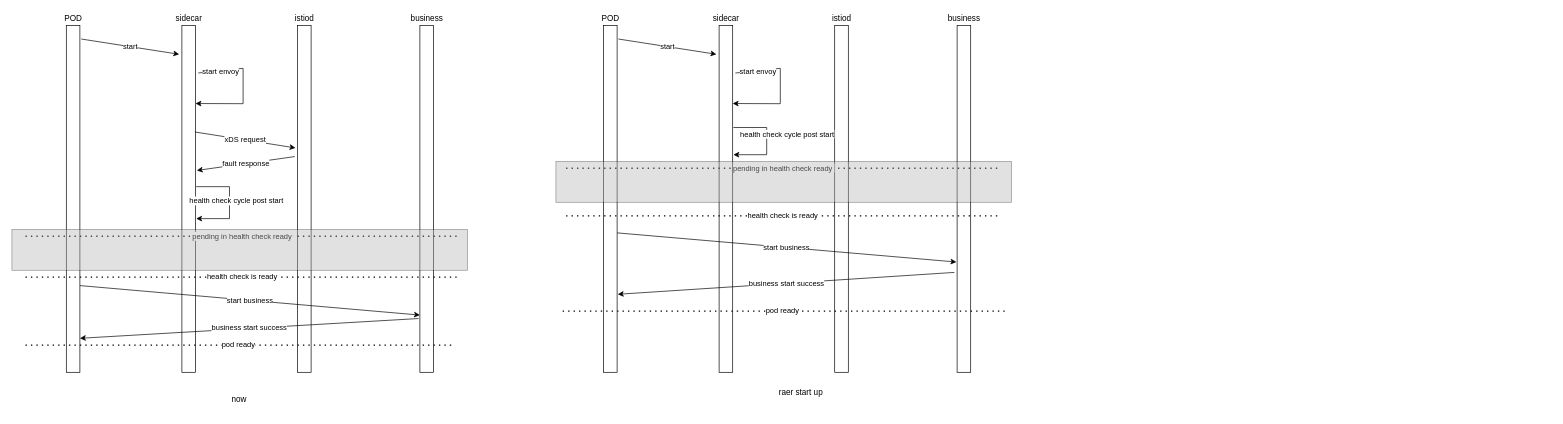
The draw.io diagram mesh/sidecar-startup.drawio in yueyangtian/draw, before the edit. Source tidied: cells renumbered, new cells numbered last; positions are measured from the earlier drawing's top-left corner, leaving out a move shared by most shapes. Both pictures are drawn from the tidied source at 68%, with x=0, y=0 at pixel (12, 12).
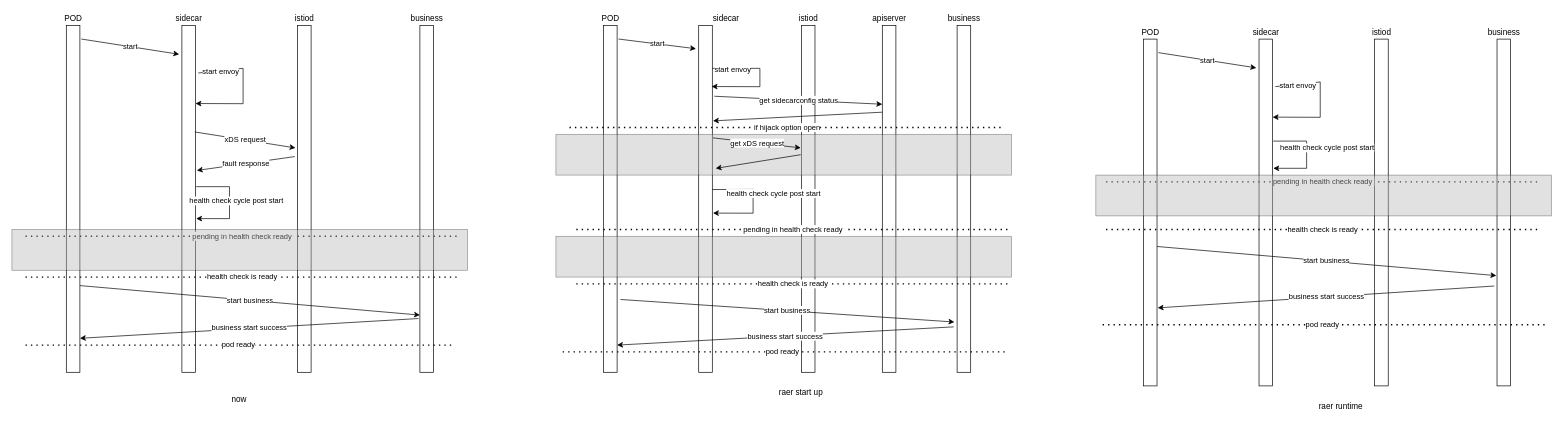
After the change.

Unchanged cells that the change refers to:
```xml
<mxCell id="23" style="rounded=0;whiteSpace=wrap;html=1;" parent="1" vertex="1">
  <mxGeometry x="870" y="20" width="20" height="510" as="geometry" />
</mxCell>
<mxCell id="26" style="rounded=0;whiteSpace=wrap;html=1;" parent="1" vertex="1">
  <mxGeometry x="1390" y="20" width="20" height="510" as="geometry" />
</mxCell>
```

The edit, as a diff of the source:
```diff
@@
+    <mxCell id="44" style="rounded=0;whiteSpace=wrap;html=1;" parent="1" vertex="1">
+      <mxGeometry x="1280" y="20" width="20" height="510" as="geometry" />
+    </mxCell>
@@
     <mxCell id="24" style="rounded=0;whiteSpace=wrap;html=1;" parent="1" vertex="1">
-      <mxGeometry x="1040" y="20" width="20" height="510" as="geometry" />
+      <mxGeometry x="1010" y="20" width="20" height="510" as="geometry" />
     </mxCell>
     <mxCell id="25" style="rounded=0;whiteSpace=wrap;html=1;" parent="1" vertex="1">
-      <mxGeometry x="1210" y="20" width="20" height="510" as="geometry" />
+      <mxGeometry x="1161" y="20" width="20" height="510" as="geometry" />
     </mxCell>
@@
     <mxCell id="29" value="istiod" style="text;html=1;align=center;verticalAlign=middle;strokeColor=none;fillColor=none;" parent="1" vertex="1">
-      <mxGeometry x="1200" width="40" height="20" as="geometry" />
+      <mxGeometry x="1151" width="40" height="20" as="geometry" />
     </mxCell>
@@
-    <mxCell id="31" value="start" style="endArrow=classic;html=1;rounded=0;exitX=1.1;exitY=0.039;exitDx=0;exitDy=0;exitPerimeter=0;entryX=-0.2;entryY=0.083;entryDx=0;entryDy=0;entryPerimeter=0;" parent="1" edge="1" source="23" target="24">
+    <mxCell id="31" value="start" style="endArrow=classic;html=1;rounded=0;exitX=1.1;exitY=0.039;exitDx=0;exitDy=0;exitPerimeter=0;entryX=-0.2;entryY=0.067;entryDx=0;entryDy=0;entryPerimeter=0;" parent="1" edge="1" source="23" target="24">
       <mxGeometry relative="1" as="geometry" />
     </mxCell>
-    <mxCell id="32" style="endArrow=classic;html=1;rounded=0;exitX=1.2;exitY=0.137;exitDx=0;exitDy=0;exitPerimeter=0;entryX=1;entryY=0.225;entryDx=0;entryDy=0;entryPerimeter=0;" parent="1" edge="1" source="24" target="24">
+    <mxCell id="32" style="endArrow=classic;html=1;rounded=0;entryX=0.95;entryY=0.176;entryDx=0;entryDy=0;entryPerimeter=0;" parent="1" edge="1" target="24">
       <mxGeometry relative="1" as="geometry">
+        <mxPoint x="1030" y="83" as="sourcePoint" />
         <Array as="points">
-          <mxPoint x="1130" y="83" />
-          <mxPoint x="1130" y="135" />
+          <mxPoint x="1100" y="83" />
+          <mxPoint x="1100" y="110" />
         </Array>
       </mxGeometry>
     </mxCell>
@@
-    <mxCell id="34" value="health check cycle post start" style="endArrow=classic;html=1;rounded=0;" parent="1" edge="1">
+    <mxCell id="34" value="health check cycle post start" style="endArrow=classic;html=1;rounded=0;exitX=1;exitY=0.473;exitDx=0;exitDy=0;exitPerimeter=0;entryX=1.05;entryY=0.541;entryDx=0;entryDy=0;entryPerimeter=0;" parent="1" edge="1" source="24" target="24">
       <mxGeometry x="-0.14" y="30" relative="1" as="geometry">
-        <mxPoint x="1061" y="170" as="sourcePoint" />
-        <mxPoint x="1061" y="210" as="targetPoint" />
         <Array as="points">
-          <mxPoint x="1110" y="170" />
-          <mxPoint x="1110" y="210" />
+          <mxPoint x="1090" y="261" />
+          <mxPoint x="1090" y="296" />
         </Array>
       </mxGeometry>
     </mxCell>
     <mxCell id="35" value="pending in health check ready&amp;nbsp;" style="endArrow=none;dashed=1;html=1;dashPattern=1 3;strokeWidth=2;rounded=0;" parent="1" edge="1">
       <mxGeometry relative="1" as="geometry">
-        <mxPoint x="815" y="230" as="sourcePoint" />
-        <mxPoint x="1455" y="230" as="targetPoint" />
+        <mxPoint x="830" y="320" as="sourcePoint" />
+        <mxPoint x="1470" y="320" as="targetPoint" />
       </mxGeometry>
     </mxCell>
     <mxCell id="36" value="health check is ready&amp;nbsp;" style="endArrow=none;dashed=1;html=1;dashPattern=1 3;strokeWidth=2;rounded=0;" parent="1" edge="1">
       <mxGeometry relative="1" as="geometry">
-        <mxPoint x="815" y="300" as="sourcePoint" />
-        <mxPoint x="1455" y="300" as="targetPoint" />
+        <mxPoint x="830" y="400" as="sourcePoint" />
+        <mxPoint x="1470" y="400" as="targetPoint" />
       </mxGeometry>
     </mxCell>
-    <mxCell id="37" value="start business" style="endArrow=classic;html=1;rounded=0;entryX=-0.05;entryY=0.682;entryDx=0;entryDy=0;entryPerimeter=0;exitX=1;exitY=0.598;exitDx=0;exitDy=0;exitPerimeter=0;" parent="1" edge="1" source="23" target="26">
+    <mxCell id="37" value="start business" style="endArrow=classic;html=1;rounded=0;entryX=-0.2;entryY=0.855;entryDx=0;entryDy=0;entryPerimeter=0;exitX=1.25;exitY=0.79;exitDx=0;exitDy=0;exitPerimeter=0;" parent="1" edge="1" source="23" target="26">
       <mxGeometry relative="1" as="geometry" />
     </mxCell>
-    <mxCell id="38" value="business start success" style="endArrow=classic;html=1;rounded=0;entryX=1.05;entryY=0.775;entryDx=0;entryDy=0;exitX=-0.2;exitY=0.712;exitDx=0;exitDy=0;exitPerimeter=0;entryPerimeter=0;" parent="1" edge="1" source="26" target="23">
-      <mxGeometry relative="1" as="geometry" />
+    <mxCell id="38" value="business start success" style="endArrow=classic;html=1;rounded=0;exitX=-0.25;exitY=0.869;exitDx=0;exitDy=0;exitPerimeter=0;" parent="1" edge="1" source="26">
+      <mxGeometry relative="1" as="geometry">
+        <mxPoint x="890" y="490" as="targetPoint" />
+      </mxGeometry>
     </mxCell>
     <mxCell id="39" style="endArrow=none;dashed=1;html=1;dashPattern=1 3;strokeWidth=2;rounded=0;" parent="1" edge="1">
       <mxGeometry relative="1" as="geometry">
-        <mxPoint x="810" y="440" as="sourcePoint" />
-        <mxPoint x="1460" y="440" as="targetPoint" />
+        <mxPoint x="810" y="500" as="sourcePoint" />
+        <mxPoint x="1460" y="500" as="targetPoint" />
       </mxGeometry>
     </mxCell>
@@
     <mxCell id="41" style="rounded=0;whiteSpace=wrap;html=1;sketch=0;shadow=0;fillColor=#B3B3B3;gradientColor=none;textOpacity=0;opacity=40;" parent="1" vertex="1">
-      <mxGeometry x="800" y="220" width="670" height="60" as="geometry" />
+      <mxGeometry x="800" y="330" width="670" height="60" as="geometry" />
     </mxCell>
@@
+    <mxCell id="45" style="rounded=0;whiteSpace=wrap;html=1;" parent="1" vertex="1">
+      <mxGeometry x="1664" y="40" width="20" height="510" as="geometry" />
+    </mxCell>
+    <mxCell id="46" style="rounded=0;whiteSpace=wrap;html=1;" parent="1" vertex="1">
+      <mxGeometry x="1834" y="40" width="20" height="510" as="geometry" />
+    </mxCell>
+    <mxCell id="47" style="rounded=0;whiteSpace=wrap;html=1;" parent="1" vertex="1">
+      <mxGeometry x="2004" y="40" width="20" height="510" as="geometry" />
+    </mxCell>
+    <mxCell id="48" style="rounded=0;whiteSpace=wrap;html=1;" parent="1" vertex="1">
+      <mxGeometry x="2184" y="40" width="20" height="510" as="geometry" />
+    </mxCell>
+    <mxCell id="49" value="POD" style="text;html=1;align=center;verticalAlign=middle;strokeColor=none;fillColor=none;" parent="1" vertex="1">
+      <mxGeometry x="1654" y="20" width="40" height="20" as="geometry" />
+    </mxCell>
+    <mxCell id="50" value="sidecar" style="text;html=1;align=center;verticalAlign=middle;strokeColor=none;fillColor=none;" parent="1" vertex="1">
+      <mxGeometry x="1819" y="20" width="50" height="20" as="geometry" />
+    </mxCell>
+    <mxCell id="51" value="istiod" style="text;html=1;align=center;verticalAlign=middle;strokeColor=none;fillColor=none;" parent="1" vertex="1">
+      <mxGeometry x="1994" y="20" width="40" height="20" as="geometry" />
+    </mxCell>
+    <mxCell id="52" value="business" style="text;html=1;align=center;verticalAlign=middle;strokeColor=none;fillColor=none;" parent="1" vertex="1">
+      <mxGeometry x="2164" y="20" width="60" height="20" as="geometry" />
+    </mxCell>
+    <mxCell id="53" value="start" style="endArrow=classic;html=1;rounded=0;exitX=1.1;exitY=0.039;exitDx=0;exitDy=0;exitPerimeter=0;entryX=-0.2;entryY=0.083;entryDx=0;entryDy=0;entryPerimeter=0;" parent="1" edge="1" source="45" target="46">
+      <mxGeometry relative="1" as="geometry" />
+    </mxCell>
+    <mxCell id="54" style="endArrow=classic;html=1;rounded=0;exitX=1.2;exitY=0.137;exitDx=0;exitDy=0;exitPerimeter=0;entryX=1;entryY=0.225;entryDx=0;entryDy=0;entryPerimeter=0;" parent="1" edge="1" source="46" target="46">
+      <mxGeometry relative="1" as="geometry">
+        <Array as="points">
+          <mxPoint x="1924" y="103" />
+          <mxPoint x="1924" y="155" />
+        </Array>
+      </mxGeometry>
+    </mxCell>
+    <mxCell id="55" value="start envoy" style="edgeLabel;html=1;align=center;verticalAlign=middle;" parent="54" vertex="1">
+      <mxGeometry x="-0.65" y="-1" relative="1" as="geometry" />
+    </mxCell>
+    <mxCell id="56" value="health check cycle post start" style="endArrow=classic;html=1;rounded=0;" parent="1" edge="1">
+      <mxGeometry x="-0.14" y="30" relative="1" as="geometry">
+        <mxPoint x="1855" y="190" as="sourcePoint" />
+        <mxPoint x="1855" y="230" as="targetPoint" />
+        <Array as="points">
+          <mxPoint x="1904" y="190" />
+          <mxPoint x="1904" y="230" />
+        </Array>
+      </mxGeometry>
+    </mxCell>
+    <mxCell id="57" value="pending in health check ready&amp;nbsp;" style="endArrow=none;dashed=1;html=1;dashPattern=1 3;strokeWidth=2;rounded=0;" parent="1" edge="1">
+      <mxGeometry relative="1" as="geometry">
+        <mxPoint x="1609" y="250" as="sourcePoint" />
+        <mxPoint x="2249" y="250" as="targetPoint" />
+      </mxGeometry>
+    </mxCell>
+    <mxCell id="58" value="health check is ready&amp;nbsp;" style="endArrow=none;dashed=1;html=1;dashPattern=1 3;strokeWidth=2;rounded=0;" parent="1" edge="1">
+      <mxGeometry relative="1" as="geometry">
+        <mxPoint x="1609" y="320" as="sourcePoint" />
+        <mxPoint x="2249" y="320" as="targetPoint" />
+      </mxGeometry>
+    </mxCell>
+    <mxCell id="59" value="start business" style="endArrow=classic;html=1;rounded=0;entryX=-0.05;entryY=0.682;entryDx=0;entryDy=0;entryPerimeter=0;exitX=1;exitY=0.598;exitDx=0;exitDy=0;exitPerimeter=0;" parent="1" edge="1" source="45" target="48">
+      <mxGeometry relative="1" as="geometry" />
+    </mxCell>
+    <mxCell id="60" value="business start success" style="endArrow=classic;html=1;rounded=0;entryX=1.05;entryY=0.775;entryDx=0;entryDy=0;exitX=-0.2;exitY=0.712;exitDx=0;exitDy=0;exitPerimeter=0;entryPerimeter=0;" parent="1" edge="1" source="48" target="45">
+      <mxGeometry relative="1" as="geometry" />
+    </mxCell>
+    <mxCell id="61" style="endArrow=none;dashed=1;html=1;dashPattern=1 3;strokeWidth=2;rounded=0;" parent="1" edge="1">
+      <mxGeometry relative="1" as="geometry">
+        <mxPoint x="1604" y="460" as="sourcePoint" />
+        <mxPoint x="2254" y="460" as="targetPoint" />
+      </mxGeometry>
+    </mxCell>
+    <mxCell id="62" value="pod ready" style="edgeLabel;html=1;align=center;verticalAlign=middle;" parent="61" vertex="1">
+      <mxGeometry x="-0.01" y="1" relative="1" as="geometry" />
+    </mxCell>
+    <mxCell id="63" style="rounded=0;whiteSpace=wrap;html=1;sketch=0;shadow=0;fillColor=#B3B3B3;gradientColor=none;textOpacity=0;opacity=40;" parent="1" vertex="1">
+      <mxGeometry x="1594" y="240" width="670" height="60" as="geometry" />
+    </mxCell>
+    <mxCell id="64" value="raer runtime" style="text;html=1;align=center;verticalAlign=middle;strokeColor=none;fillColor=none;" parent="1" vertex="1">
+      <mxGeometry x="1914" y="570" width="80" height="20" as="geometry" />
+    </mxCell>
+    <mxCell id="65" value="get sidecarconfig status" style="endArrow=classic;html=1;rounded=0;exitX=1.15;exitY=0.204;exitDx=0;exitDy=0;exitPerimeter=0;entryX=0;entryY=0.227;entryDx=0;entryDy=0;entryPerimeter=0;" parent="1" edge="1" source="24" target="44">
+      <mxGeometry relative="1" as="geometry" />
+    </mxCell>
+    <mxCell id="66" style="endArrow=classic;html=1;rounded=0;entryX=1.05;entryY=0.275;entryDx=0;entryDy=0;entryPerimeter=0;exitX=0;exitY=0.25;exitDx=0;exitDy=0;" parent="1" edge="1" source="44" target="24">
+      <mxGeometry relative="1" as="geometry" />
+    </mxCell>
+    <mxCell id="67" value="apiserver" style="text;html=1;align=center;verticalAlign=middle;strokeColor=none;fillColor=none;" parent="1" vertex="1">
+      <mxGeometry x="1260" width="60" height="20" as="geometry" />
+    </mxCell>
+    <mxCell id="68" style="rounded=0;whiteSpace=wrap;html=1;sketch=0;shadow=0;fillColor=#B3B3B3;gradientColor=none;textOpacity=0;opacity=40;" parent="1" vertex="1">
+      <mxGeometry x="800" y="180" width="670" height="60" as="geometry" />
+    </mxCell>
+    <mxCell id="69" value="get xDS request" style="endArrow=classic;html=1;rounded=0;exitX=1.05;exitY=0.324;exitDx=0;exitDy=0;exitPerimeter=0;" parent="1" edge="1" source="24">
+      <mxGeometry relative="1" as="geometry">
+        <mxPoint x="1160" y="200" as="targetPoint" />
+      </mxGeometry>
+    </mxCell>
+    <mxCell id="70" style="endArrow=classic;html=1;rounded=0;entryX=1.25;entryY=0.412;entryDx=0;entryDy=0;entryPerimeter=0;" parent="1" edge="1" target="24">
+      <mxGeometry relative="1" as="geometry">
+        <mxPoint x="1160" y="210" as="sourcePoint" />
+      </mxGeometry>
+    </mxCell>
+    <mxCell id="71" value="if hijack option open" style="endArrow=none;dashed=1;html=1;dashPattern=1 3;strokeWidth=2;rounded=0;" parent="1" edge="1">
+      <mxGeometry relative="1" as="geometry">
+        <mxPoint x="820" y="170" as="sourcePoint" />
+        <mxPoint x="1460" y="170" as="targetPoint" />
+      </mxGeometry>
+    </mxCell>
```
